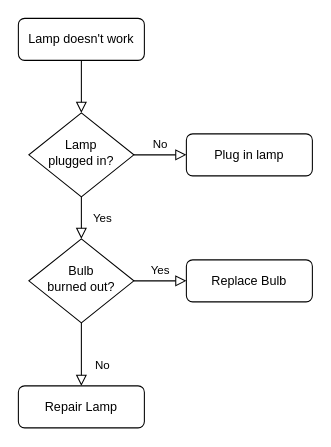
Above: ClientRequest.drawio in wal238/valetDiagrams (draw.io), before the change. Source tidied: cells renumbered, new cells numbered last; positions are measured from the earlier drawing's top-left corner, leaving out a move shared by most shapes. Both pictures are drawn from the tidied source at 105%, with x=0, y=0 at pixel (18, 18).
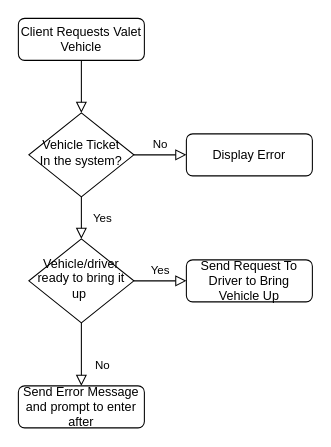
Above is the later version.

Diff of the diagram source:
```diff
@@
 <mxGraphModel>
   <root>
     <mxCell id="0" />
     <mxCell id="1" parent="0" />
     <mxCell id="2" style="rounded=0;html=1;jettySize=auto;fontSize=11;endArrow=block;endFill=0;endSize=8;strokeWidth=1;shadow=0;labelBackgroundColor=none;edgeStyle=orthogonalEdgeStyle;" parent="1" edge="1" source="3" target="6">
       <mxGeometry relative="1" as="geometry" />
     </mxCell>
-    <mxCell id="3" value="Lamp doesn't work" style="rounded=1;whiteSpace=wrap;html=1;fontSize=12;glass=0;strokeWidth=1;shadow=0;" parent="1" vertex="1">
+    <mxCell id="3" value="Client Requests Valet Vehicle" style="rounded=1;whiteSpace=wrap;html=1;fontSize=12;glass=0;strokeWidth=1;shadow=0;" parent="1" vertex="1">
       <mxGeometry width="120" height="40" as="geometry" />
     </mxCell>
     <mxCell id="4" value="Yes" style="rounded=0;html=1;jettySize=auto;fontSize=11;endArrow=block;endFill=0;endSize=8;strokeWidth=1;shadow=0;labelBackgroundColor=none;edgeStyle=orthogonalEdgeStyle;" parent="1" edge="1" source="6" target="10">
       <mxGeometry y="20" relative="1" as="geometry" />
     </mxCell>
     <mxCell id="5" value="No" style="edgeStyle=orthogonalEdgeStyle;rounded=0;html=1;jettySize=auto;fontSize=11;endArrow=block;endFill=0;endSize=8;strokeWidth=1;shadow=0;labelBackgroundColor=none;" parent="1" edge="1" source="6" target="7">
       <mxGeometry y="10" relative="1" as="geometry" />
     </mxCell>
-    <mxCell id="6" value="Lamp&lt;br&gt;plugged in?" style="rhombus;whiteSpace=wrap;html=1;shadow=0;fontFamily=Helvetica;fontSize=12;align=center;strokeWidth=1;spacing=6;spacingTop=-4;" parent="1" vertex="1">
+    <mxCell id="6" value="Vehicle Ticket&lt;br&gt;In the system?&lt;br&gt;" style="rhombus;whiteSpace=wrap;html=1;shadow=0;fontFamily=Helvetica;fontSize=12;align=center;strokeWidth=1;spacing=6;spacingTop=-4;" parent="1" vertex="1">
       <mxGeometry x="10" y="90" width="100" height="80" as="geometry" />
     </mxCell>
-    <mxCell id="7" value="Plug in lamp" style="rounded=1;whiteSpace=wrap;html=1;fontSize=12;glass=0;strokeWidth=1;shadow=0;" parent="1" vertex="1">
+    <mxCell id="7" value="Display Error" style="rounded=1;whiteSpace=wrap;html=1;fontSize=12;glass=0;strokeWidth=1;shadow=0;" parent="1" vertex="1">
       <mxGeometry x="160" y="110" width="120" height="40" as="geometry" />
     </mxCell>
     <mxCell id="8" value="No" style="rounded=0;html=1;jettySize=auto;fontSize=11;endArrow=block;endFill=0;endSize=8;strokeWidth=1;shadow=0;labelBackgroundColor=none;edgeStyle=orthogonalEdgeStyle;" parent="1" edge="1" source="10" target="11">
       <mxGeometry x="0.33" y="20" relative="1" as="geometry" />
     </mxCell>
     <mxCell id="9" value="Yes" style="edgeStyle=orthogonalEdgeStyle;rounded=0;html=1;jettySize=auto;fontSize=11;endArrow=block;endFill=0;endSize=8;strokeWidth=1;shadow=0;labelBackgroundColor=none;" parent="1" edge="1" source="10" target="12">
       <mxGeometry y="10" relative="1" as="geometry" />
     </mxCell>
-    <mxCell id="10" value="Bulb&lt;br&gt;burned out?" style="rhombus;whiteSpace=wrap;html=1;shadow=0;fontFamily=Helvetica;fontSize=12;align=center;strokeWidth=1;spacing=6;spacingTop=-4;" parent="1" vertex="1">
+    <mxCell id="10" value="Vehicle/driver ready to bring it up&amp;nbsp;" style="rhombus;whiteSpace=wrap;html=1;shadow=0;fontFamily=Helvetica;fontSize=12;align=center;strokeWidth=1;spacing=6;spacingTop=-4;" parent="1" vertex="1">
       <mxGeometry x="10" y="210" width="100" height="80" as="geometry" />
     </mxCell>
-    <mxCell id="11" value="Repair Lamp" style="rounded=1;whiteSpace=wrap;html=1;fontSize=12;glass=0;strokeWidth=1;shadow=0;" parent="1" vertex="1">
+    <mxCell id="11" value="Send Error Message and prompt to enter after" style="rounded=1;whiteSpace=wrap;html=1;fontSize=12;glass=0;strokeWidth=1;shadow=0;" parent="1" vertex="1">
       <mxGeometry y="350" width="120" height="40" as="geometry" />
     </mxCell>
-    <mxCell id="12" value="Replace Bulb" style="rounded=1;whiteSpace=wrap;html=1;fontSize=12;glass=0;strokeWidth=1;shadow=0;" parent="1" vertex="1">
+    <mxCell id="12" value="Send Request To Driver to Bring Vehicle Up" style="rounded=1;whiteSpace=wrap;html=1;fontSize=12;glass=0;strokeWidth=1;shadow=0;" parent="1" vertex="1">
       <mxGeometry x="160" y="230" width="120" height="40" as="geometry" />
     </mxCell>
   </root>
 </mxGraphModel>
```
